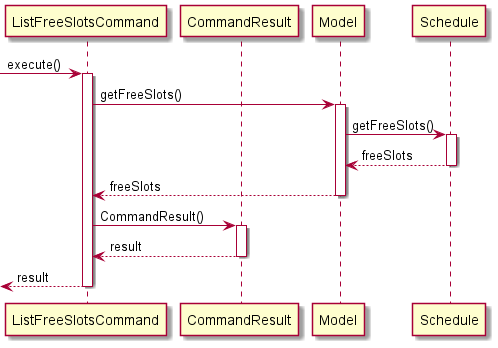
The PlantUML diagram docs/images/ListFreeSlotsCommand.png in ruthpohrp/tp, before a commit. The source it was exported from:
```plantuml
@startuml
participant ListFreeSlotsCommand
participant CommandResult
participant Model
participant Schedule
-> ListFreeSlotsCommand:execute()
activate ListFreeSlotsCommand
ListFreeSlotsCommand -> Model:getFreeSlots()
activate Model
Model -> Schedule:getFreeSlots()
activate Schedule
return freeSlots
return freeSlots
ListFreeSlotsCommand -> CommandResult:CommandResult()
activate CommandResult
return result
return result
@enduml
```
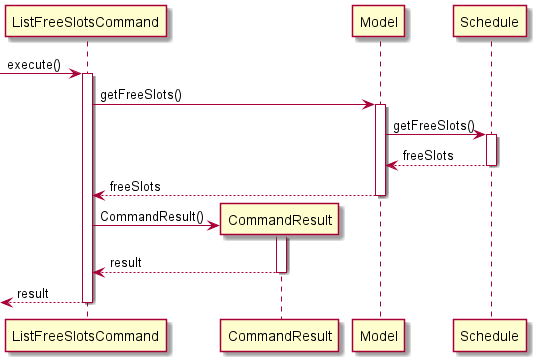
After the commit.

Change to the diagram source:
```diff
@@ -11,6 +11,7 @@
 activate Schedule
 return freeSlots
 return freeSlots
+create CommandResult
 ListFreeSlotsCommand -> CommandResult:CommandResult()
 activate CommandResult
 return result
```
